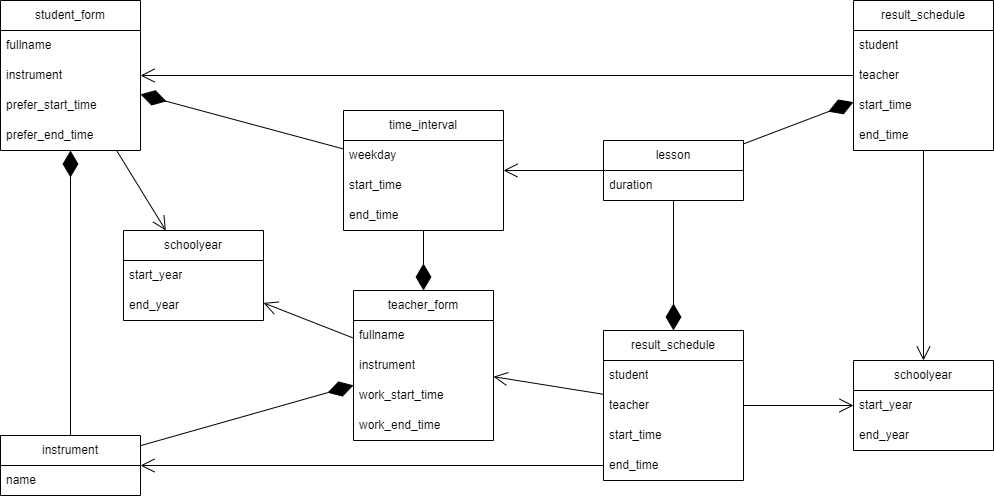
watashinonericell/myrepos keeps this draw.io diagram as Диаграмма_классов.png. Above is the earlier version. Source tidied: cells renumbered, new cells last; positions are measured from the earlier drawing's top-left corner, leaving out a move shared by most shapes. Source of this version:
```xml
<mxGraphModel>
  <root>
    <mxCell id="0" />
    <mxCell id="1" parent="0" />
    <mxCell id="2" value="student_form" style="swimlane;fontStyle=0;horizontal=1;startSize=30;whiteSpace=wrap;html=1;" parent="1" vertex="1">
      <mxGeometry width="140" height="150" as="geometry" />
    </mxCell>
    <mxCell id="3" value="fullname" style="text;strokeColor=none;fillColor=none;align=left;verticalAlign=middle;spacingLeft=4;spacingRight=4;overflow=hidden;whiteSpace=wrap;html=1;" parent="2" vertex="1">
      <mxGeometry y="30" width="140" height="30" as="geometry" />
    </mxCell>
    <mxCell id="4" value="instrument" style="text;strokeColor=none;fillColor=none;align=left;verticalAlign=middle;spacingLeft=4;spacingRight=4;overflow=hidden;whiteSpace=wrap;html=1;" parent="2" vertex="1">
      <mxGeometry y="60" width="140" height="30" as="geometry" />
    </mxCell>
    <mxCell id="5" value="prefer_start_time" style="text;strokeColor=none;fillColor=none;align=left;verticalAlign=middle;spacingLeft=4;spacingRight=4;overflow=hidden;whiteSpace=wrap;html=1;" parent="2" vertex="1">
      <mxGeometry y="90" width="140" height="30" as="geometry" />
    </mxCell>
    <mxCell id="6" value="prefer_end_time" style="text;strokeColor=none;fillColor=none;align=left;verticalAlign=middle;spacingLeft=4;spacingRight=4;overflow=hidden;whiteSpace=wrap;html=1;" parent="2" vertex="1">
      <mxGeometry y="120" width="140" height="30" as="geometry" />
    </mxCell>
    <mxCell id="7" value="lesson" style="swimlane;fontStyle=0;horizontal=1;startSize=30;whiteSpace=wrap;html=1;" parent="1" vertex="1">
      <mxGeometry x="603" y="140" width="140" height="60" as="geometry" />
    </mxCell>
    <mxCell id="8" value="duration" style="text;strokeColor=none;fillColor=none;align=left;verticalAlign=middle;spacingLeft=4;spacingRight=4;overflow=hidden;whiteSpace=wrap;html=1;" parent="7" vertex="1">
      <mxGeometry y="30" width="140" height="30" as="geometry" />
    </mxCell>
    <mxCell id="9" value="time_interval" style="swimlane;fontStyle=0;horizontal=1;startSize=30;whiteSpace=wrap;html=1;" parent="1" vertex="1">
      <mxGeometry x="343" y="110" width="160" height="120" as="geometry" />
    </mxCell>
    <mxCell id="10" value="weekday" style="text;strokeColor=none;fillColor=none;align=left;verticalAlign=middle;spacingLeft=4;spacingRight=4;overflow=hidden;whiteSpace=wrap;html=1;" parent="9" vertex="1">
      <mxGeometry y="30" width="160" height="30" as="geometry" />
    </mxCell>
    <mxCell id="11" value="start_time" style="text;strokeColor=none;fillColor=none;align=left;verticalAlign=middle;spacingLeft=4;spacingRight=4;overflow=hidden;whiteSpace=wrap;html=1;" parent="9" vertex="1">
      <mxGeometry y="60" width="160" height="30" as="geometry" />
    </mxCell>
    <mxCell id="12" value="end_time" style="text;strokeColor=none;fillColor=none;align=left;verticalAlign=middle;spacingLeft=4;spacingRight=4;overflow=hidden;whiteSpace=wrap;html=1;" parent="9" vertex="1">
      <mxGeometry y="90" width="160" height="30" as="geometry" />
    </mxCell>
    <mxCell id="13" style="endArrow=open;endFill=1;endSize=12;html=1;rounded=0;" parent="1" edge="1" source="7" target="9">
      <mxGeometry relative="1" as="geometry" />
    </mxCell>
    <mxCell id="14" style="endArrow=diamondThin;endFill=1;endSize=24;html=1;rounded=0;" parent="1" edge="1" source="9" target="2">
      <mxGeometry relative="1" as="geometry" />
    </mxCell>
    <mxCell id="15" value="instrument" style="swimlane;fontStyle=0;horizontal=1;startSize=30;whiteSpace=wrap;html=1;" parent="1" vertex="1">
      <mxGeometry y="435" width="140" height="60" as="geometry" />
    </mxCell>
    <mxCell id="16" value="name" style="text;strokeColor=none;fillColor=none;align=left;verticalAlign=middle;spacingLeft=4;spacingRight=4;overflow=hidden;whiteSpace=wrap;html=1;" parent="15" vertex="1">
      <mxGeometry y="30" width="140" height="30" as="geometry" />
    </mxCell>
    <mxCell id="17" style="endArrow=diamondThin;endFill=1;endSize=24;html=1;rounded=0;" parent="1" edge="1" source="15" target="2">
      <mxGeometry relative="1" as="geometry" />
    </mxCell>
    <mxCell id="18" style="endArrow=diamondThin;endFill=1;endSize=24;html=1;rounded=0;" parent="1" edge="1" source="15" target="42">
      <mxGeometry relative="1" as="geometry" />
    </mxCell>
    <mxCell id="19" style="endArrow=open;endFill=1;endSize=12;html=1;rounded=0;" parent="1" edge="1" source="32" target="29">
      <mxGeometry relative="1" as="geometry" />
    </mxCell>
    <mxCell id="20" style="endArrow=diamondThin;endFill=1;endSize=24;html=1;rounded=0;" parent="1" edge="1" source="7" target="32">
      <mxGeometry relative="1" as="geometry" />
    </mxCell>
    <mxCell id="21" style="endArrow=open;endFill=1;endSize=12;html=1;rounded=0;" parent="1" edge="1" source="37" target="42">
      <mxGeometry relative="1" as="geometry" />
    </mxCell>
    <mxCell id="22" style="endArrow=diamondThin;endFill=1;endSize=24;html=1;rounded=0;" parent="1" edge="1" source="7" target="37">
      <mxGeometry relative="1" as="geometry" />
    </mxCell>
    <mxCell id="23" style="endArrow=open;endFill=1;endSize=12;html=1;rounded=0;" parent="1" edge="1" source="2" target="47">
      <mxGeometry relative="1" as="geometry" />
    </mxCell>
    <mxCell id="24" style="endArrow=open;endFill=1;endSize=12;html=1;rounded=0;" parent="1" edge="1" source="42" target="47">
      <mxGeometry relative="1" as="geometry" />
    </mxCell>
    <mxCell id="25" style="endArrow=open;endFill=1;endSize=12;html=1;rounded=0;" parent="1" edge="1" source="32" target="2">
      <mxGeometry relative="1" as="geometry" />
    </mxCell>
    <mxCell id="26" style="endArrow=open;endFill=1;endSize=12;html=1;rounded=0;" parent="1" edge="1" source="41" target="15">
      <mxGeometry relative="1" as="geometry" />
    </mxCell>
    <mxCell id="27" style="endArrow=open;endFill=1;endSize=12;html=1;rounded=0;" parent="1" edge="1" source="37" target="29">
      <mxGeometry relative="1" as="geometry" />
    </mxCell>
    <mxCell id="28" style="endArrow=diamondThin;endFill=1;endSize=24;html=1;rounded=0;" parent="1" edge="1" source="9" target="42">
      <mxGeometry relative="1" as="geometry" />
    </mxCell>
    <mxCell id="29" value="schoolyear" style="swimlane;fontStyle=0;horizontal=1;startSize=30;whiteSpace=wrap;html=1;" parent="1" vertex="1">
      <mxGeometry x="853" y="360" width="140" height="90" as="geometry" />
    </mxCell>
    <mxCell id="30" value="start_year" style="text;strokeColor=none;fillColor=none;align=left;verticalAlign=middle;spacingLeft=4;spacingRight=4;overflow=hidden;whiteSpace=wrap;html=1;" parent="29" vertex="1">
      <mxGeometry y="30" width="140" height="30" as="geometry" />
    </mxCell>
    <mxCell id="31" value="end_year" style="text;strokeColor=none;fillColor=none;align=left;verticalAlign=middle;spacingLeft=4;spacingRight=4;overflow=hidden;whiteSpace=wrap;html=1;" parent="29" vertex="1">
      <mxGeometry y="60" width="140" height="30" as="geometry" />
    </mxCell>
    <mxCell id="32" value="result_schedule" style="swimlane;fontStyle=0;horizontal=1;startSize=30;whiteSpace=wrap;html=1;" parent="1" vertex="1">
      <mxGeometry x="853" width="140" height="150" as="geometry" />
    </mxCell>
    <mxCell id="33" value="student" style="text;strokeColor=none;fillColor=none;align=left;verticalAlign=middle;spacingLeft=4;spacingRight=4;overflow=hidden;whiteSpace=wrap;html=1;" parent="32" vertex="1">
      <mxGeometry y="30" width="140" height="30" as="geometry" />
    </mxCell>
    <mxCell id="34" value="teacher" style="text;strokeColor=none;fillColor=none;align=left;verticalAlign=middle;spacingLeft=4;spacingRight=4;overflow=hidden;whiteSpace=wrap;html=1;" parent="32" vertex="1">
      <mxGeometry y="60" width="140" height="30" as="geometry" />
    </mxCell>
    <mxCell id="35" value="start_time" style="text;strokeColor=none;fillColor=none;align=left;verticalAlign=middle;spacingLeft=4;spacingRight=4;overflow=hidden;whiteSpace=wrap;html=1;" parent="32" vertex="1">
      <mxGeometry y="90" width="140" height="30" as="geometry" />
    </mxCell>
    <mxCell id="36" value="end_time" style="text;strokeColor=none;fillColor=none;align=left;verticalAlign=middle;spacingLeft=4;spacingRight=4;overflow=hidden;whiteSpace=wrap;html=1;" parent="32" vertex="1">
      <mxGeometry y="120" width="140" height="30" as="geometry" />
    </mxCell>
    <mxCell id="37" value="result_schedule" style="swimlane;fontStyle=0;horizontal=1;startSize=30;whiteSpace=wrap;html=1;" parent="1" vertex="1">
      <mxGeometry x="603" y="330" width="140" height="150" as="geometry" />
    </mxCell>
    <mxCell id="38" value="student" style="text;strokeColor=none;fillColor=none;align=left;verticalAlign=middle;spacingLeft=4;spacingRight=4;overflow=hidden;whiteSpace=wrap;html=1;" parent="37" vertex="1">
      <mxGeometry y="30" width="140" height="30" as="geometry" />
    </mxCell>
    <mxCell id="39" value="teacher" style="text;strokeColor=none;fillColor=none;align=left;verticalAlign=middle;spacingLeft=4;spacingRight=4;overflow=hidden;whiteSpace=wrap;html=1;" parent="37" vertex="1">
      <mxGeometry y="60" width="140" height="30" as="geometry" />
    </mxCell>
    <mxCell id="40" value="start_time" style="text;strokeColor=none;fillColor=none;align=left;verticalAlign=middle;spacingLeft=4;spacingRight=4;overflow=hidden;whiteSpace=wrap;html=1;" parent="37" vertex="1">
      <mxGeometry y="90" width="140" height="30" as="geometry" />
    </mxCell>
    <mxCell id="41" value="end_time" style="text;strokeColor=none;fillColor=none;align=left;verticalAlign=middle;spacingLeft=4;spacingRight=4;overflow=hidden;points=[[0,0.5],[1,0.5]];portConstraint=eastwest;whiteSpace=wrap;html=1;" parent="37" vertex="1">
      <mxGeometry y="120" width="140" height="30" as="geometry" />
    </mxCell>
    <mxCell id="42" value="teacher_form" style="swimlane;fontStyle=0;horizontal=1;startSize=30;whiteSpace=wrap;html=1;" parent="1" vertex="1">
      <mxGeometry x="353" y="290" width="140" height="150" as="geometry" />
    </mxCell>
    <mxCell id="43" value="fullname" style="text;strokeColor=none;fillColor=none;align=left;verticalAlign=middle;spacingLeft=4;spacingRight=4;overflow=hidden;whiteSpace=wrap;html=1;" parent="42" vertex="1">
      <mxGeometry y="30" width="140" height="30" as="geometry" />
    </mxCell>
    <mxCell id="44" value="instrument" style="text;strokeColor=none;fillColor=none;align=left;verticalAlign=middle;spacingLeft=4;spacingRight=4;overflow=hidden;whiteSpace=wrap;html=1;" parent="42" vertex="1">
      <mxGeometry y="60" width="140" height="30" as="geometry" />
    </mxCell>
    <mxCell id="45" value="work_start_time" style="text;strokeColor=none;fillColor=none;align=left;verticalAlign=middle;spacingLeft=4;spacingRight=4;overflow=hidden;whiteSpace=wrap;html=1;" parent="42" vertex="1">
      <mxGeometry y="90" width="140" height="30" as="geometry" />
    </mxCell>
    <mxCell id="46" value="work_end_time" style="text;strokeColor=none;fillColor=none;align=left;verticalAlign=middle;spacingLeft=4;spacingRight=4;overflow=hidden;whiteSpace=wrap;html=1;" parent="42" vertex="1">
      <mxGeometry y="120" width="140" height="30" as="geometry" />
    </mxCell>
    <mxCell id="47" value="schoolyear" style="swimlane;fontStyle=0;horizontal=1;startSize=30;whiteSpace=wrap;html=1;" parent="1" vertex="1">
      <mxGeometry x="123" y="230" width="140" height="90" as="geometry" />
    </mxCell>
    <mxCell id="48" value="start_year" style="text;strokeColor=none;fillColor=none;align=left;verticalAlign=middle;spacingLeft=4;spacingRight=4;overflow=hidden;whiteSpace=wrap;html=1;" parent="47" vertex="1">
      <mxGeometry y="30" width="140" height="30" as="geometry" />
    </mxCell>
    <mxCell id="49" value="end_year" style="text;strokeColor=none;fillColor=none;align=left;verticalAlign=middle;spacingLeft=4;spacingRight=4;overflow=hidden;whiteSpace=wrap;html=1;" parent="47" vertex="1">
      <mxGeometry y="60" width="140" height="30" as="geometry" />
    </mxCell>
  </root>
</mxGraphModel>
```
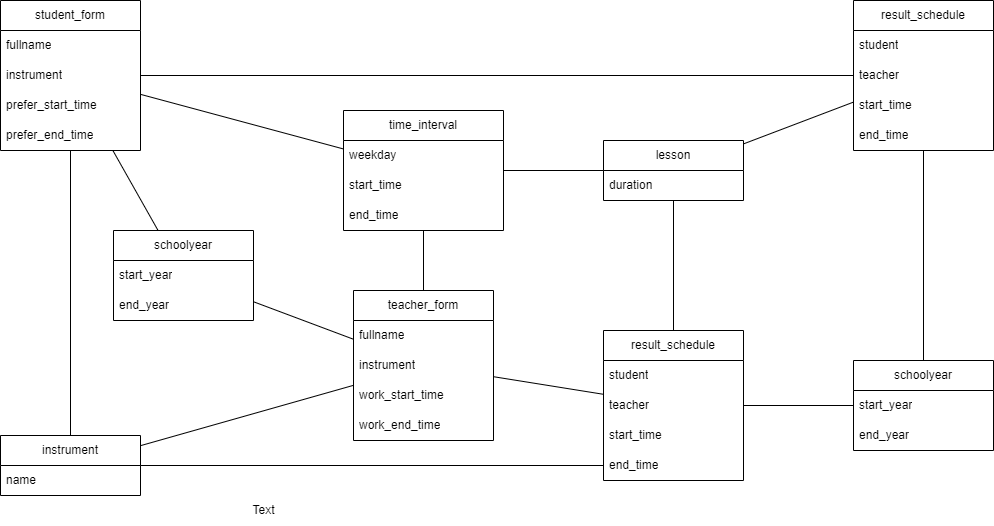
After the change.

Change to the diagram source:
```diff
@@ -35,54 +35,12 @@
     <mxCell id="12" value="end_time" style="text;strokeColor=none;fillColor=none;align=left;verticalAlign=middle;spacingLeft=4;spacingRight=4;overflow=hidden;whiteSpace=wrap;html=1;" parent="9" vertex="1">
       <mxGeometry y="90" width="160" height="30" as="geometry" />
     </mxCell>
-    <mxCell id="13" style="endArrow=open;endFill=1;endSize=12;html=1;rounded=0;" parent="1" edge="1" source="7" target="9">
-      <mxGeometry relative="1" as="geometry" />
-    </mxCell>
-    <mxCell id="14" style="endArrow=diamondThin;endFill=1;endSize=24;html=1;rounded=0;" parent="1" edge="1" source="9" target="2">
-      <mxGeometry relative="1" as="geometry" />
-    </mxCell>
     <mxCell id="15" value="instrument" style="swimlane;fontStyle=0;horizontal=1;startSize=30;whiteSpace=wrap;html=1;" parent="1" vertex="1">
       <mxGeometry y="435" width="140" height="60" as="geometry" />
     </mxCell>
     <mxCell id="16" value="name" style="text;strokeColor=none;fillColor=none;align=left;verticalAlign=middle;spacingLeft=4;spacingRight=4;overflow=hidden;whiteSpace=wrap;html=1;" parent="15" vertex="1">
       <mxGeometry y="30" width="140" height="30" as="geometry" />
     </mxCell>
-    <mxCell id="17" style="endArrow=diamondThin;endFill=1;endSize=24;html=1;rounded=0;" parent="1" edge="1" source="15" target="2">
-      <mxGeometry relative="1" as="geometry" />
-    </mxCell>
-    <mxCell id="18" style="endArrow=diamondThin;endFill=1;endSize=24;html=1;rounded=0;" parent="1" edge="1" source="15" target="42">
-      <mxGeometry relative="1" as="geometry" />
-    </mxCell>
-    <mxCell id="19" style="endArrow=open;endFill=1;endSize=12;html=1;rounded=0;" parent="1" edge="1" source="32" target="29">
-      <mxGeometry relative="1" as="geometry" />
-    </mxCell>
-    <mxCell id="20" style="endArrow=diamondThin;endFill=1;endSize=24;html=1;rounded=0;" parent="1" edge="1" source="7" target="32">
-      <mxGeometry relative="1" as="geometry" />
-    </mxCell>
-    <mxCell id="21" style="endArrow=open;endFill=1;endSize=12;html=1;rounded=0;" parent="1" edge="1" source="37" target="42">
-      <mxGeometry relative="1" as="geometry" />
-    </mxCell>
-    <mxCell id="22" style="endArrow=diamondThin;endFill=1;endSize=24;html=1;rounded=0;" parent="1" edge="1" source="7" target="37">
-      <mxGeometry relative="1" as="geometry" />
-    </mxCell>
-    <mxCell id="23" style="endArrow=open;endFill=1;endSize=12;html=1;rounded=0;" parent="1" edge="1" source="2" target="47">
-      <mxGeometry relative="1" as="geometry" />
-    </mxCell>
-    <mxCell id="24" style="endArrow=open;endFill=1;endSize=12;html=1;rounded=0;" parent="1" edge="1" source="42" target="47">
-      <mxGeometry relative="1" as="geometry" />
-    </mxCell>
-    <mxCell id="25" style="endArrow=open;endFill=1;endSize=12;html=1;rounded=0;" parent="1" edge="1" source="32" target="2">
-      <mxGeometry relative="1" as="geometry" />
-    </mxCell>
-    <mxCell id="26" style="endArrow=open;endFill=1;endSize=12;html=1;rounded=0;" parent="1" edge="1" source="41" target="15">
-      <mxGeometry relative="1" as="geometry" />
-    </mxCell>
-    <mxCell id="27" style="endArrow=open;endFill=1;endSize=12;html=1;rounded=0;" parent="1" edge="1" source="37" target="29">
-      <mxGeometry relative="1" as="geometry" />
-    </mxCell>
-    <mxCell id="28" style="endArrow=diamondThin;endFill=1;endSize=24;html=1;rounded=0;" parent="1" edge="1" source="9" target="42">
-      <mxGeometry relative="1" as="geometry" />
-    </mxCell>
     <mxCell id="29" value="schoolyear" style="swimlane;fontStyle=0;horizontal=1;startSize=30;whiteSpace=wrap;html=1;" parent="1" vertex="1">
       <mxGeometry x="853" y="360" width="140" height="90" as="geometry" />
     </mxCell>
@@ -138,7 +96,7 @@
       <mxGeometry y="120" width="140" height="30" as="geometry" />
     </mxCell>
     <mxCell id="47" value="schoolyear" style="swimlane;fontStyle=0;horizontal=1;startSize=30;whiteSpace=wrap;html=1;" parent="1" vertex="1">
-      <mxGeometry x="123" y="230" width="140" height="90" as="geometry" />
+      <mxGeometry x="113" y="230" width="140" height="90" as="geometry" />
     </mxCell>
     <mxCell id="48" value="start_year" style="text;strokeColor=none;fillColor=none;align=left;verticalAlign=middle;spacingLeft=4;spacingRight=4;overflow=hidden;whiteSpace=wrap;html=1;" parent="47" vertex="1">
       <mxGeometry y="30" width="140" height="30" as="geometry" />
@@ -146,5 +104,50 @@
     <mxCell id="49" value="end_year" style="text;strokeColor=none;fillColor=none;align=left;verticalAlign=middle;spacingLeft=4;spacingRight=4;overflow=hidden;whiteSpace=wrap;html=1;" parent="47" vertex="1">
       <mxGeometry y="60" width="140" height="30" as="geometry" />
     </mxCell>
+    <mxCell id="20" style="endArrow=none;html=1;rounded=0;" parent="1" edge="1" source="7" target="32">
+      <mxGeometry relative="1" as="geometry" />
+    </mxCell>
+    <mxCell id="14" style="endArrow=none;html=1;rounded=0;" parent="1" edge="1" source="9" target="2">
+      <mxGeometry relative="1" as="geometry" />
+    </mxCell>
+    <mxCell id="50" style="endArrow=none;html=1;rounded=0;" parent="1" edge="1" source="47" target="2">
+      <mxGeometry relative="1" as="geometry" />
+    </mxCell>
+    <mxCell id="51" style="endArrow=none;html=1;rounded=0;" parent="1" edge="1" source="15" target="41">
+      <mxGeometry relative="1" as="geometry" />
+    </mxCell>
+    <mxCell id="18" style="endArrow=none;html=1;rounded=0;" parent="1" edge="1" source="15" target="42">
+      <mxGeometry relative="1" as="geometry" />
+    </mxCell>
+    <mxCell id="24" style="endArrow=none;html=1;rounded=0;" parent="1" edge="1" source="42" target="47">
+      <mxGeometry relative="1" as="geometry" />
+    </mxCell>
+    <mxCell id="17" style="endArrow=none;html=1;rounded=0;" parent="1" edge="1" source="15" target="2">
+      <mxGeometry relative="1" as="geometry" />
+    </mxCell>
+    <mxCell id="25" style="endArrow=none;html=1;rounded=0;" parent="1" edge="1" source="32" target="2">
+      <mxGeometry relative="1" as="geometry" />
+    </mxCell>
+    <mxCell id="52" style="endArrow=none;html=1;rounded=0;" parent="1" edge="1" source="42" target="9">
+      <mxGeometry relative="1" as="geometry" />
+    </mxCell>
+    <mxCell id="13" style="endArrow=none;html=1;rounded=0;" parent="1" edge="1" source="7" target="9">
+      <mxGeometry relative="1" as="geometry" />
+    </mxCell>
+    <mxCell id="53" style="endArrow=none;html=1;rounded=0;" parent="1" edge="1" source="42" target="37">
+      <mxGeometry relative="1" as="geometry" />
+    </mxCell>
+    <mxCell id="27" style="endArrow=none;html=1;rounded=0;" parent="1" edge="1" source="37" target="29">
+      <mxGeometry relative="1" as="geometry" />
+    </mxCell>
+    <mxCell id="54" style="endArrow=none;html=1;rounded=0;" parent="1" edge="1" source="29" target="32">
+      <mxGeometry relative="1" as="geometry" />
+    </mxCell>
+    <mxCell id="55" style="endArrow=none;html=1;rounded=0;" parent="1" edge="1" source="37" target="7">
+      <mxGeometry relative="1" as="geometry" />
+    </mxCell>
+    <mxCell id="56" value="Text" style="text;html=1;align=center;verticalAlign=middle;strokeColor=none;fillColor=none;" parent="1" vertex="1">
+      <mxGeometry x="238" y="495" width="50" height="30" as="geometry" />
+    </mxCell>
   </root>
 </mxGraphModel>
```
